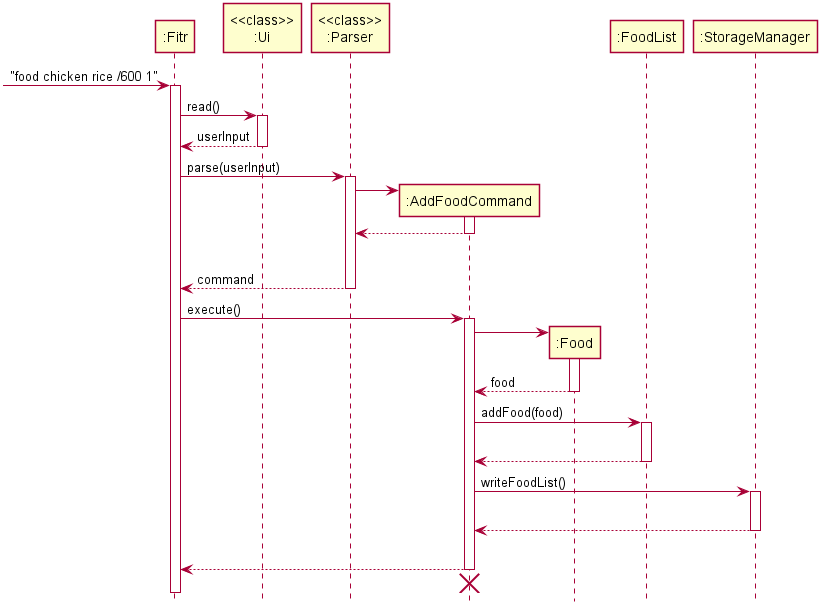
Above: docs/images/AddFoodSequenceDiagram.png in nus-cs2113-AY2021S1/tp (PlantUML), before the change.
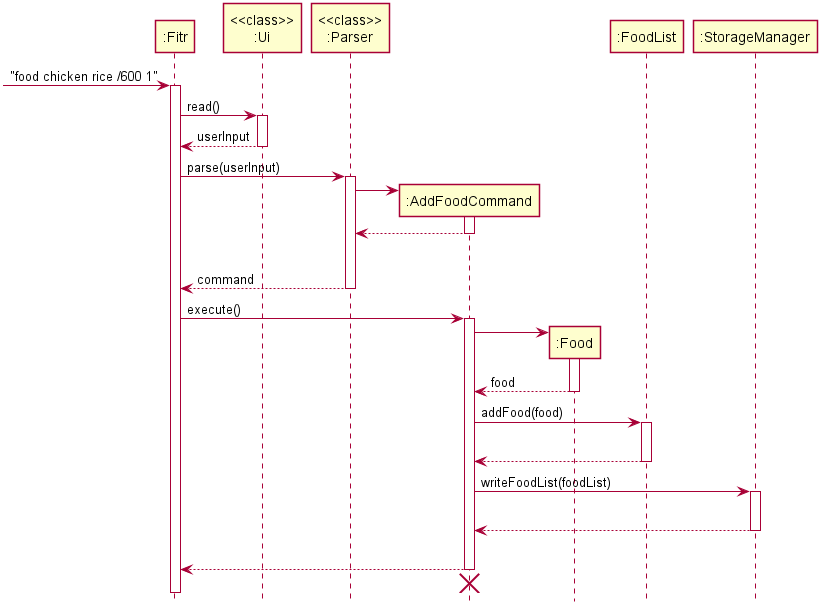
Above is the later version.

The edit, as a diff of the source:
```diff
@@ -38,7 +38,7 @@
 |||
 return
 
-":AddFoodCommand" -> ":StorageManager" : writeFoodList()
+":AddFoodCommand" -> ":StorageManager" : writeFoodList(foodList)
 activate ":StorageManager"
 |||
 return
```
